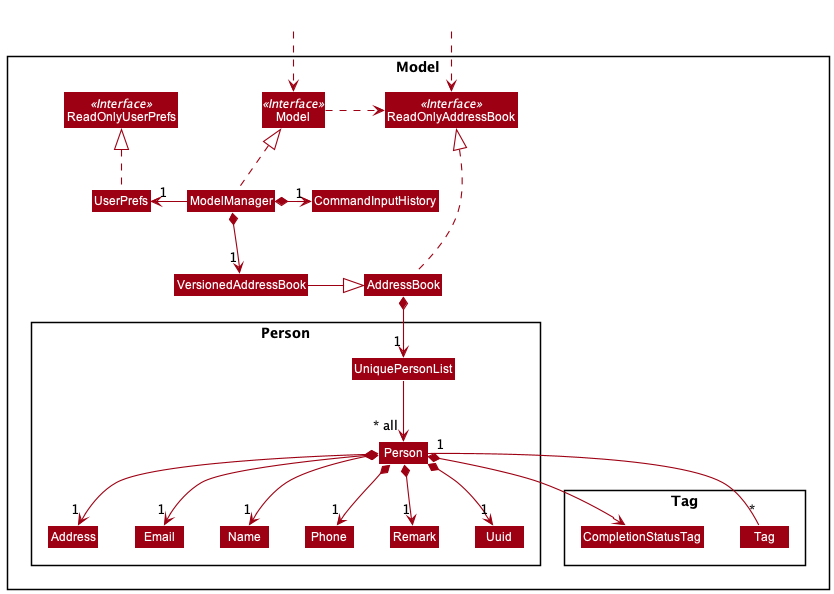
This is docs/images/ModelClassDiagram.png from vigneshsankariyer1234567890/tp, a PlantUML export, as it was before one commit. Source of this version:
```plantuml
@startuml
!include style.puml
skinparam arrowThickness 1.1
skinparam arrowColor MODEL_COLOR
skinparam classBackgroundColor MODEL_COLOR

Package Model <<Rectangle>>{
Interface ReadOnlyAddressBook <<Interface>>
Interface ReadOnlyUserPrefs <<Interface>>
Interface Model <<Interface>>
Class AddressBook
Class ReadOnlyAddressBook
Class Model
Class ModelManager
Class CommandInputHistory
Class UserPrefs
Class ReadOnlyUserPrefs
Class VersionedAddressBook

Package Person {
Class UniquePersonList
Class Person
Class Address
Class Email
Class Name
Class Phone
Class Tag
Class Remark
Class Uuid
}

Package Tag {
Class Tag
Class CompletionStatusTag
}

}

Class HiddenOutside #FFFFFF
HiddenOutside ..> Model

Class HiddenOutside1 #FFFFFF
HiddenOutside1 ..> ReadOnlyAddressBook



ModelManager .up.|> Model
Model .right.> ReadOnlyAddressBook
ModelManager *-down-> "1" VersionedAddressBook
ModelManager *-right-> "1" CommandInputHistory
ModelManager -left-> "1" UserPrefs
UserPrefs .up.|> ReadOnlyUserPrefs
AddressBook .up.|> ReadOnlyAddressBook
VersionedAddressBook -right-|> AddressBook

AddressBook *--> "1" UniquePersonList
UniquePersonList --> "~* all" Person
Person *--> CompletionStatusTag
Person "1" -- "*" Tag
Person *--> "1" Name
Person *--> "1" Phone
Person *--> "1" Email
Person *--> "1" Address
Person *--> "1" Uuid
Person *--> "1" Remark


@enduml
```
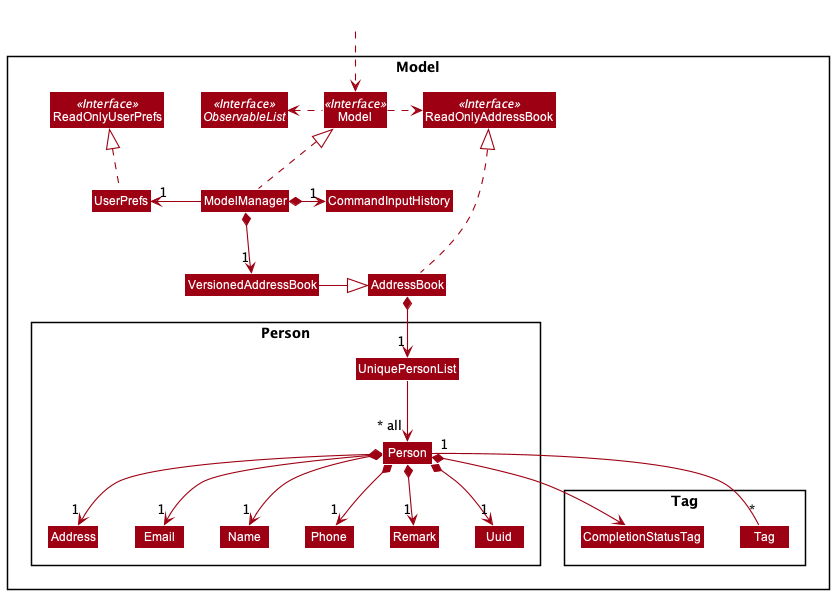
After the change.

What changed in the source:
```diff
@@ -8,6 +8,7 @@
 Interface ReadOnlyAddressBook <<Interface>>
 Interface ReadOnlyUserPrefs <<Interface>>
 Interface Model <<Interface>>
+Interface ObservableList <<Interface>>
 Class AddressBook
 Class ReadOnlyAddressBook
 Class Model
@@ -39,13 +40,9 @@
 Class HiddenOutside #FFFFFF
 HiddenOutside ..> Model
 
-Class HiddenOutside1 #FFFFFF
-HiddenOutside1 ..> ReadOnlyAddressBook
-
-
-
 ModelManager .up.|> Model
 Model .right.> ReadOnlyAddressBook
+Model .left.> ObservableList
 ModelManager *-down-> "1" VersionedAddressBook
 ModelManager *-right-> "1" CommandInputHistory
 ModelManager -left-> "1" UserPrefs
```
